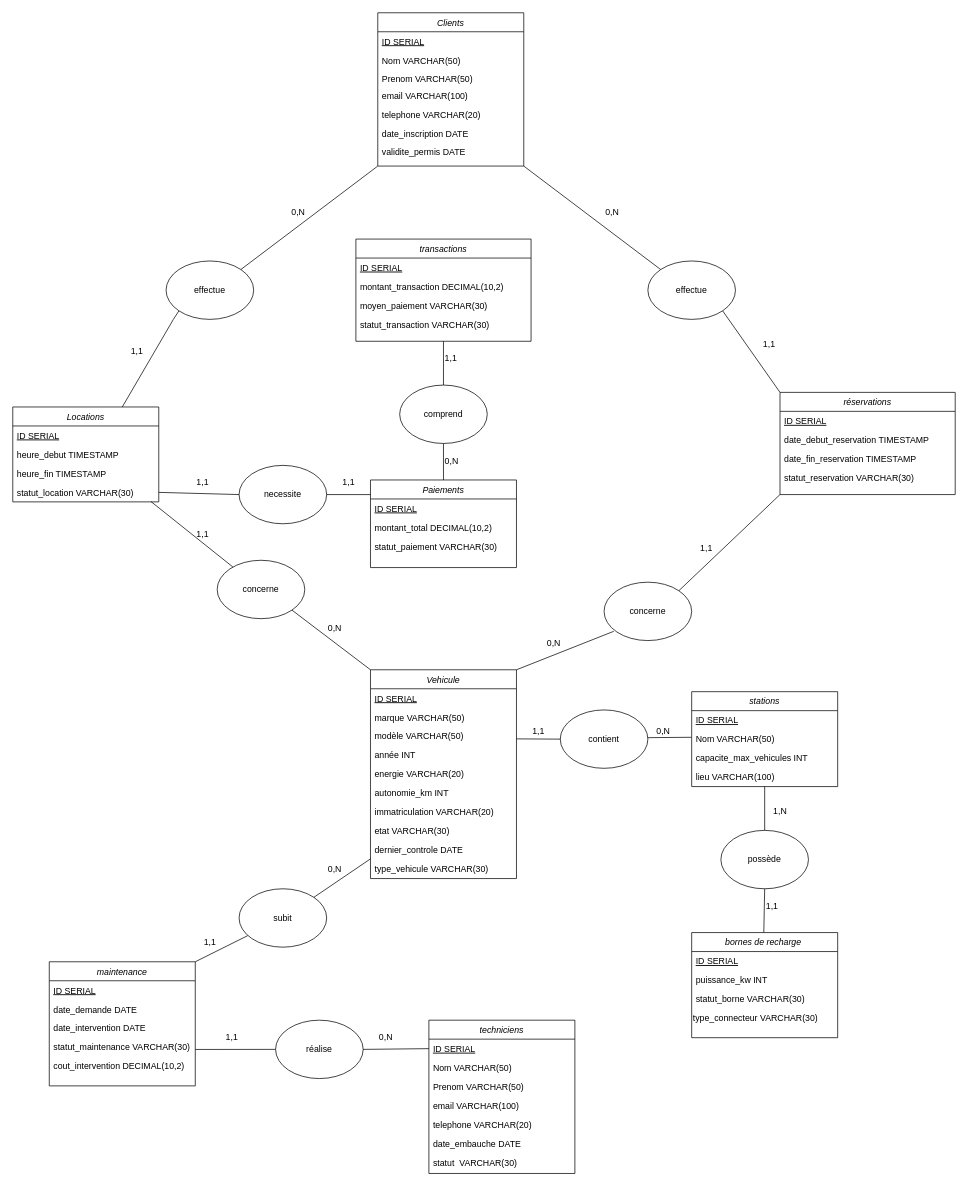
Earlier version of the draw.io diagram MCD.drawio (Thomrib1/Projet_SQL_B2). Source tidied: cells renumbered, new cells numbered last; positions are measured from the earlier drawing's top-left corner, leaving out a move shared by most shapes. Both pictures are drawn from the tidied source at 73%, with x=0, y=0 at pixel (12, 12).
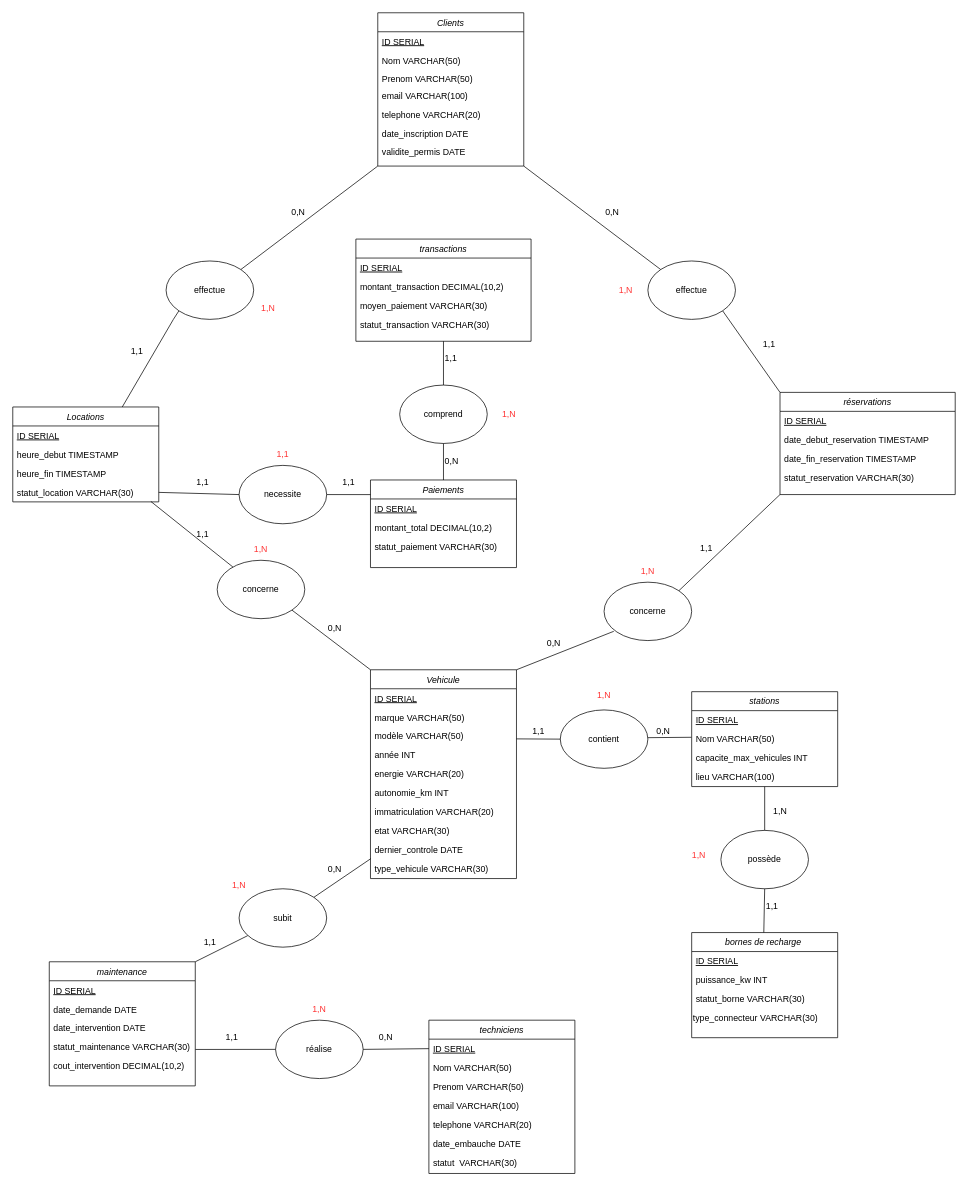
After the change.

Commit message:
add cardinalité des association et normalement mcd finis

Change to the diagram source:
```diff
@@
+    <mxCell id="114" value="&lt;font color=&quot;#ff3333&quot;&gt;1,N&lt;/font&gt;" style="text;html=1;whiteSpace=wrap;strokeColor=none;fillColor=none;align=center;verticalAlign=middle;rounded=0;" parent="1" vertex="1">
+      <mxGeometry x="320" y="390" width="60" height="30" as="geometry" />
+    </mxCell>
+    <mxCell id="115" value="&lt;font color=&quot;#ff3333&quot;&gt;1,N&lt;/font&gt;" style="text;html=1;whiteSpace=wrap;strokeColor=none;fillColor=none;align=center;verticalAlign=middle;rounded=0;" parent="1" vertex="1">
+      <mxGeometry x="810" y="365" width="60" height="30" as="geometry" />
+    </mxCell>
+    <mxCell id="116" value="&lt;font color=&quot;#ff3333&quot;&gt;1,N&lt;/font&gt;" style="text;html=1;whiteSpace=wrap;strokeColor=none;fillColor=none;align=center;verticalAlign=middle;rounded=0;" parent="1" vertex="1">
+      <mxGeometry x="650" y="535" width="60" height="30" as="geometry" />
+    </mxCell>
+    <mxCell id="117" value="&lt;font color=&quot;#ff3333&quot;&gt;1,1&lt;/font&gt;" style="text;html=1;whiteSpace=wrap;strokeColor=none;fillColor=none;align=center;verticalAlign=middle;rounded=0;" parent="1" vertex="1">
+      <mxGeometry x="340" y="590" width="60" height="30" as="geometry" />
+    </mxCell>
+    <mxCell id="118" value="&lt;font color=&quot;#ff3333&quot;&gt;1,N&lt;/font&gt;" style="text;html=1;whiteSpace=wrap;strokeColor=none;fillColor=none;align=center;verticalAlign=middle;rounded=0;" parent="1" vertex="1">
+      <mxGeometry x="840" y="750" width="60" height="30" as="geometry" />
+    </mxCell>
+    <mxCell id="119" value="&lt;font color=&quot;#ff3333&quot;&gt;1,N&lt;/font&gt;" style="text;html=1;whiteSpace=wrap;strokeColor=none;fillColor=none;align=center;verticalAlign=middle;rounded=0;" parent="1" vertex="1">
+      <mxGeometry x="310" y="720" width="60" height="30" as="geometry" />
+    </mxCell>
+    <mxCell id="120" value="&lt;font color=&quot;#ff3333&quot;&gt;1,N&lt;/font&gt;" style="text;html=1;whiteSpace=wrap;strokeColor=none;fillColor=none;align=center;verticalAlign=middle;rounded=0;" parent="1" vertex="1">
+      <mxGeometry x="780" y="920" width="60" height="30" as="geometry" />
+    </mxCell>
+    <mxCell id="121" value="&lt;font color=&quot;#ff3333&quot;&gt;1,N&lt;/font&gt;" style="text;html=1;whiteSpace=wrap;strokeColor=none;fillColor=none;align=center;verticalAlign=middle;rounded=0;" parent="1" vertex="1">
+      <mxGeometry x="910" y="1140" width="60" height="30" as="geometry" />
+    </mxCell>
+    <mxCell id="122" value="&lt;font color=&quot;#ff3333&quot;&gt;1,N&lt;/font&gt;" style="text;html=1;whiteSpace=wrap;strokeColor=none;fillColor=none;align=center;verticalAlign=middle;rounded=0;" parent="1" vertex="1">
+      <mxGeometry x="280" y="1180" width="60" height="30" as="geometry" />
+    </mxCell>
+    <mxCell id="123" value="&lt;font color=&quot;#ff3333&quot;&gt;1,N&lt;/font&gt;" style="text;html=1;whiteSpace=wrap;strokeColor=none;fillColor=none;align=center;verticalAlign=middle;rounded=0;" parent="1" vertex="1">
+      <mxGeometry x="390" y="1350" width="60" height="30" as="geometry" />
+    </mxCell>
```
